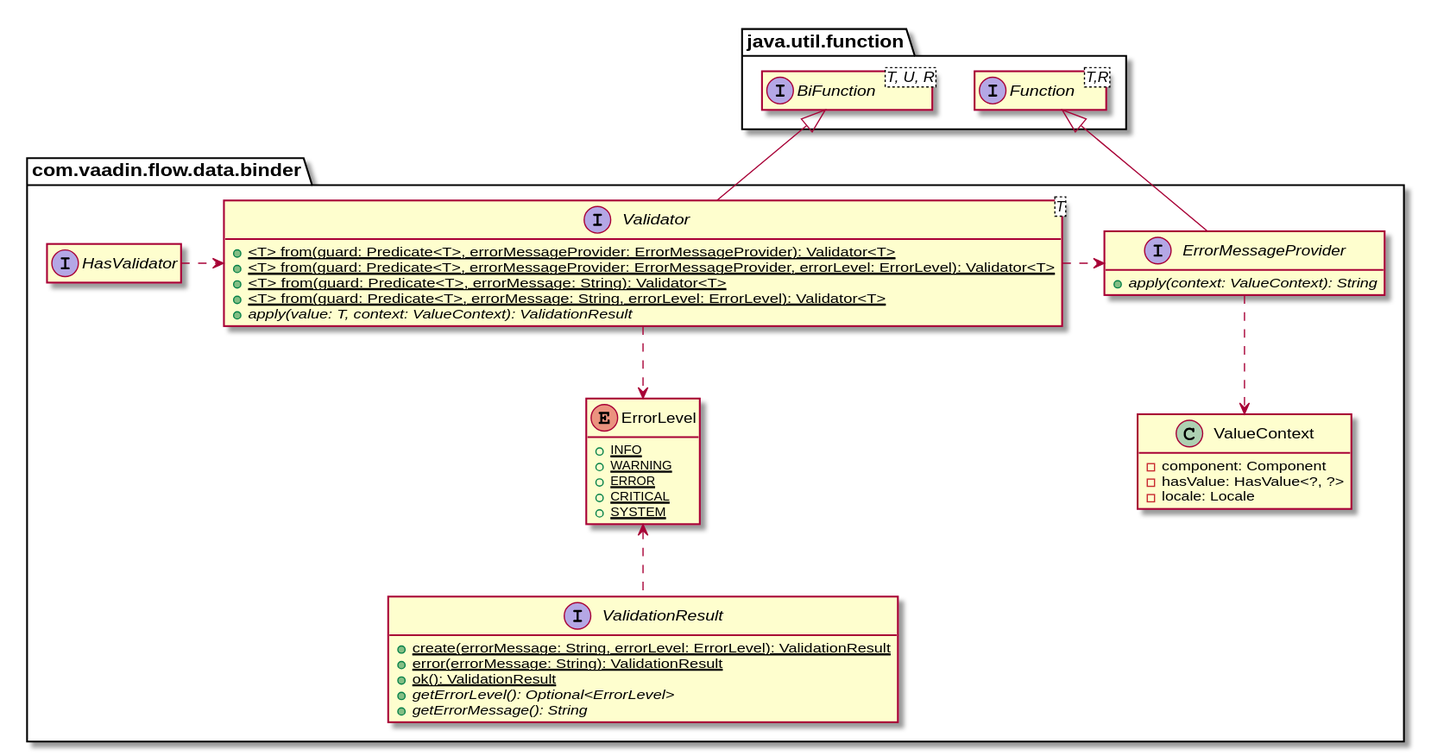
The PlantUML diagram cours/images/validator.svg in formations/vaadin-foundations, before a commit. Its diagram source:
```plantuml
@startuml
package "com.vaadin.flow.data.binder" {
 interface HasValidator
 interface Validator<T> {
  + {static} <T> from(guard: Predicate<T>, errorMessageProvider: ErrorMessageProvider): Validator<T>
  + {static} <T> from(guard: Predicate<T>, errorMessageProvider: ErrorMessageProvider, errorLevel: ErrorLevel): Validator<T>
  + {static} <T> from(guard: Predicate<T>, errorMessage: String): Validator<T>
  + {static} <T> from(guard: Predicate<T>, errorMessage: String, errorLevel: ErrorLevel): Validator<T>
  + {abstract} apply(value: T, context: ValueContext): ValidationResult
 }
 enum ErrorLevel {
  + {static} INFO
  + {static} WARNING
  + {static} ERROR
  + {static} CRITICAL
  + {static} SYSTEM
 }
 interface ValidationResult {
  + {static}create(errorMessage: String, errorLevel: ErrorLevel): ValidationResult
  + {static}error(errorMessage: String): ValidationResult
  + {static}ok(): ValidationResult
  + {abstract} getErrorLevel(): Optional<ErrorLevel>
  + {abstract} getErrorMessage(): String
 }
 interface ErrorMessageProvider {
  + {abstract} apply(context: ValueContext): String
 }
 class ValueContext {
  - component: Component
  - hasValue: HasValue<?, ?>
  - locale: Locale
 }
}
package "java.util.function" {
 interface BiFunction<T, U, R>
 interface Function<T,R>
}
Validator -up-|> BiFunction
ErrorMessageProvider -up-|> Function
HasValidator .right.> Validator
Validator .right.> ErrorMessageProvider
Validator .down.> ErrorLevel
ValidationResult .up.> ErrorLevel
ErrorMessageProvider .down.> ValueContext
hide empty members
@enduml
```
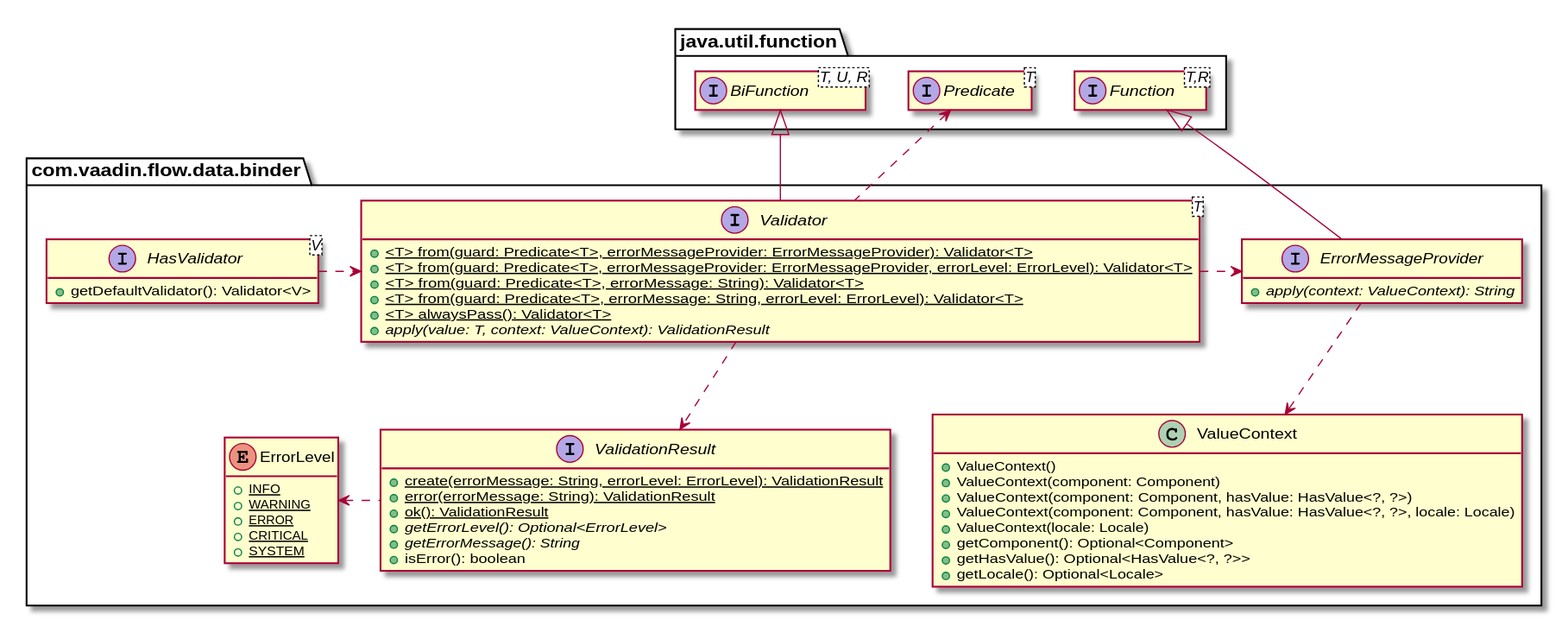
The same diagram one commit later.

Diff of the diagram source:
```diff
@@ -1,11 +1,14 @@
 @startuml
-package "com.vaadin.flow.data.binder" {
- interface HasValidator
+package com.vaadin.flow.data.binder {
+ interface HasValidator<V> {
+  + getDefaultValidator(): Validator<V>
+ }
  interface Validator<T> {
   + {static} <T> from(guard: Predicate<T>, errorMessageProvider: ErrorMessageProvider): Validator<T>
   + {static} <T> from(guard: Predicate<T>, errorMessageProvider: ErrorMessageProvider, errorLevel: ErrorLevel): Validator<T>
   + {static} <T> from(guard: Predicate<T>, errorMessage: String): Validator<T>
   + {static} <T> from(guard: Predicate<T>, errorMessage: String, errorLevel: ErrorLevel): Validator<T>
+  + {static} <T> alwaysPass(): Validator<T>
   + {abstract} apply(value: T, context: ValueContext): ValidationResult
  }
  enum ErrorLevel {
@@ -21,26 +24,34 @@
   + {static}ok(): ValidationResult
   + {abstract} getErrorLevel(): Optional<ErrorLevel>
   + {abstract} getErrorMessage(): String
+  + isError(): boolean
  }
  interface ErrorMessageProvider {
   + {abstract} apply(context: ValueContext): String
  }
  class ValueContext {
-  - component: Component
-  - hasValue: HasValue<?, ?>
-  - locale: Locale
+  + ValueContext()
+  + ValueContext(component: Component)
+  + ValueContext(component: Component, hasValue: HasValue<?, ?>)
+  + ValueContext(component: Component, hasValue: HasValue<?, ?>, locale: Locale)
+  + ValueContext(locale: Locale)
+  + getComponent(): Optional<Component>
+  + getHasValue(): Optional<HasValue<?, ?>>
+  + getLocale(): Optional<Locale>
  }
 }
-package "java.util.function" {
+package java.util.function {
  interface BiFunction<T, U, R>
  interface Function<T,R>
+ interface Predicate<T>
 }
 Validator -up-|> BiFunction
 ErrorMessageProvider -up-|> Function
 HasValidator .right.> Validator
 Validator .right.> ErrorMessageProvider
-Validator .down.> ErrorLevel
-ValidationResult .up.> ErrorLevel
+Validator .down.> ValidationResult
+ValidationResult .left.> ErrorLevel
 ErrorMessageProvider .down.> ValueContext
+Validator .up.> Predicate
 hide empty members
 @enduml
```
